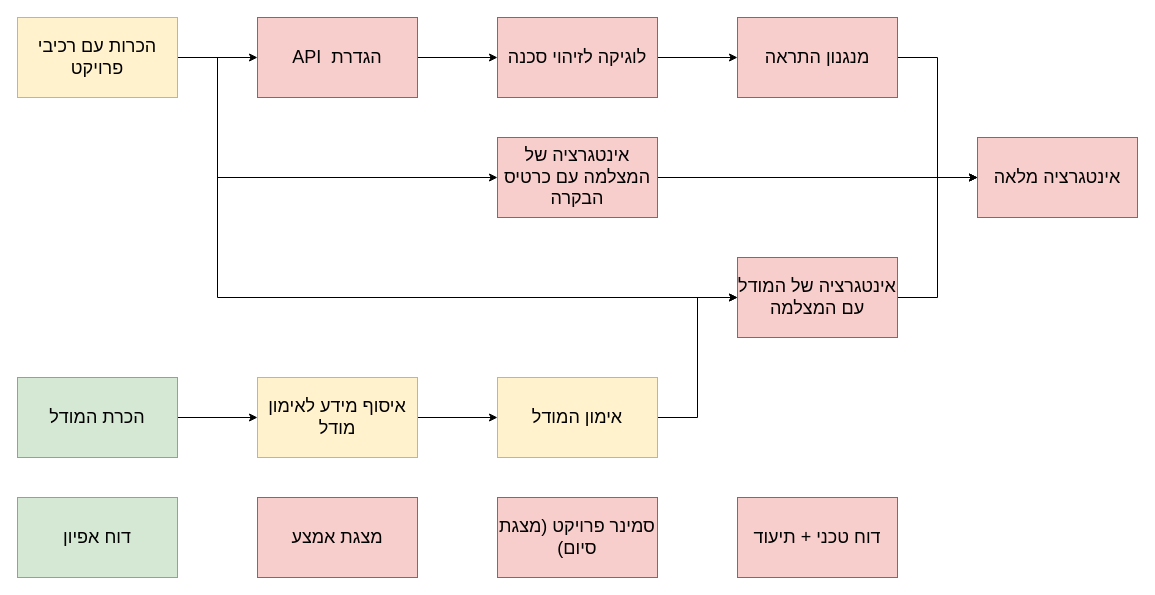
The draw.io diagram docs/project_diagram.drawio in RonBulka/bicycle_mobileye, before the edit. Source tidied: cells renumbered, new cells numbered last; positions are measured from the earlier drawing's top-left corner, leaving out a move shared by most shapes. Both pictures are drawn from the tidied source at 100%, with x=0, y=0 at pixel (17, 17).
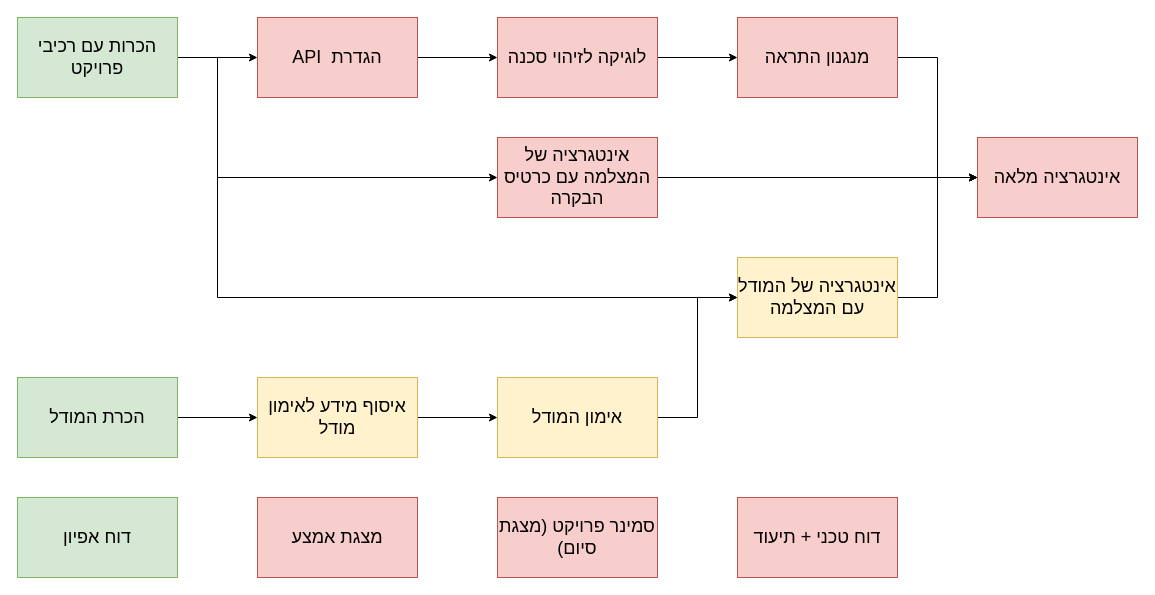
After the change.

What changed in the source:
```diff
@@
-    <mxCell id="5" value="&lt;span style=&quot;font-size: 18px;&quot;&gt;הכרות עם רכיבי פרויקט&lt;/span&gt;" style="rounded=0;whiteSpace=wrap;html=1;fillColor=#fff2cc;strokeColor=#d6b656;" parent="1" vertex="1">
+    <mxCell id="5" value="&lt;span style=&quot;font-size: 18px;&quot;&gt;הכרות עם רכיבי פרויקט&lt;/span&gt;" style="rounded=0;whiteSpace=wrap;html=1;fillColor=#d5e8d4;strokeColor=#82b366;" parent="1" vertex="1">
       <mxGeometry width="160" height="80" as="geometry" />
     </mxCell>
@@
-    <mxCell id="13" value="&lt;span style=&quot;font-size: 18px;&quot;&gt;אינטגרציה של המודל עם המצלמה&lt;/span&gt;" style="rounded=0;whiteSpace=wrap;html=1;fillColor=#f8cecc;strokeColor=#b85450;" parent="1" vertex="1">
+    <mxCell id="13" value="&lt;span style=&quot;font-size: 18px;&quot;&gt;אינטגרציה של המודל עם המצלמה&lt;/span&gt;" style="rounded=0;whiteSpace=wrap;html=1;fillColor=#fff2cc;strokeColor=#d6b656;" parent="1" vertex="1">
       <mxGeometry x="720" y="240" width="160" height="80" as="geometry" />
     </mxCell>
```
